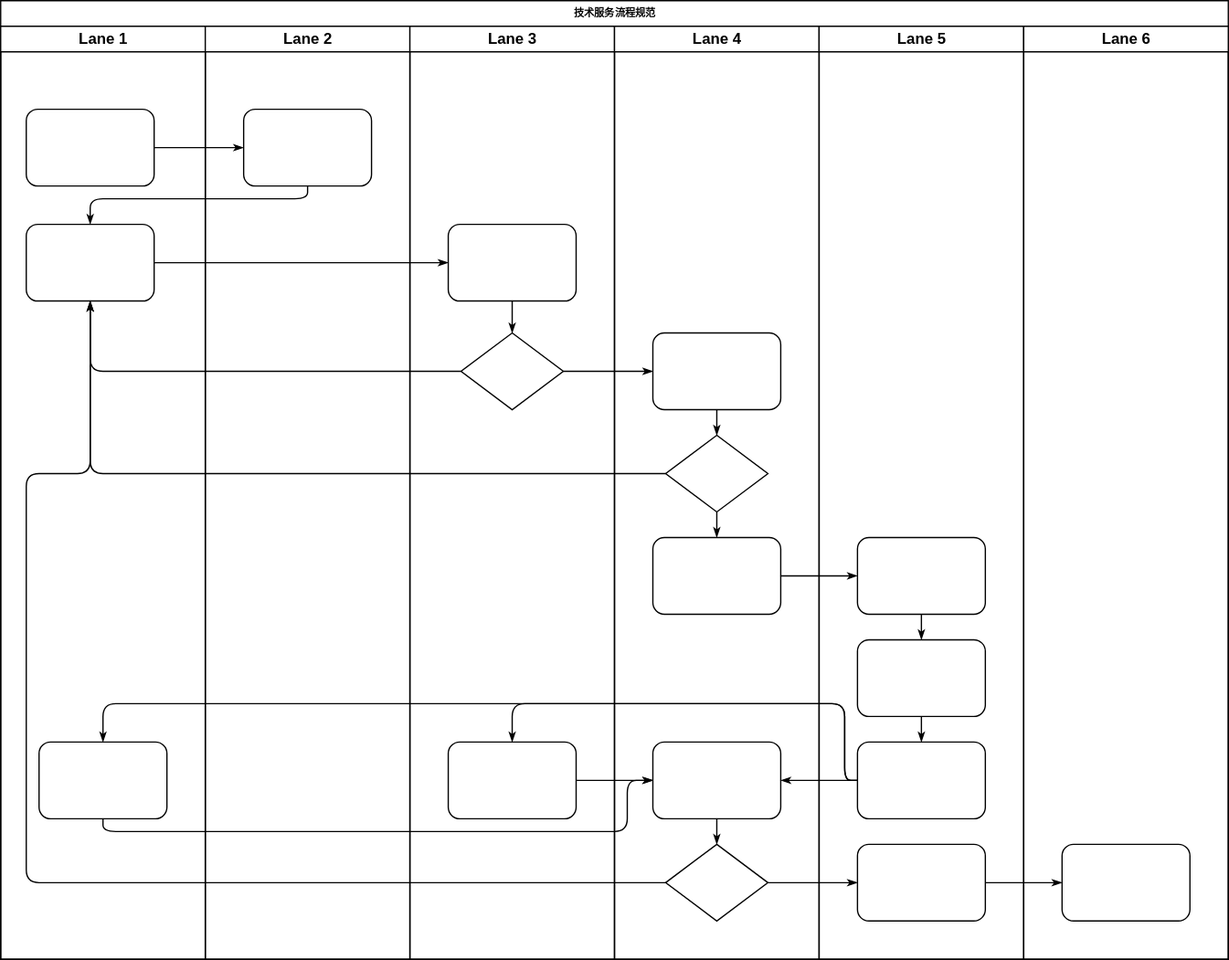
lawesen/lcgfzd keeps this draw.io diagram as 流程规范及制度.drawio.svg. Above is the earlier version. Source tidied: cells renumbered, new cells last; positions are measured from the earlier drawing's top-left corner, leaving out a move shared by most shapes.
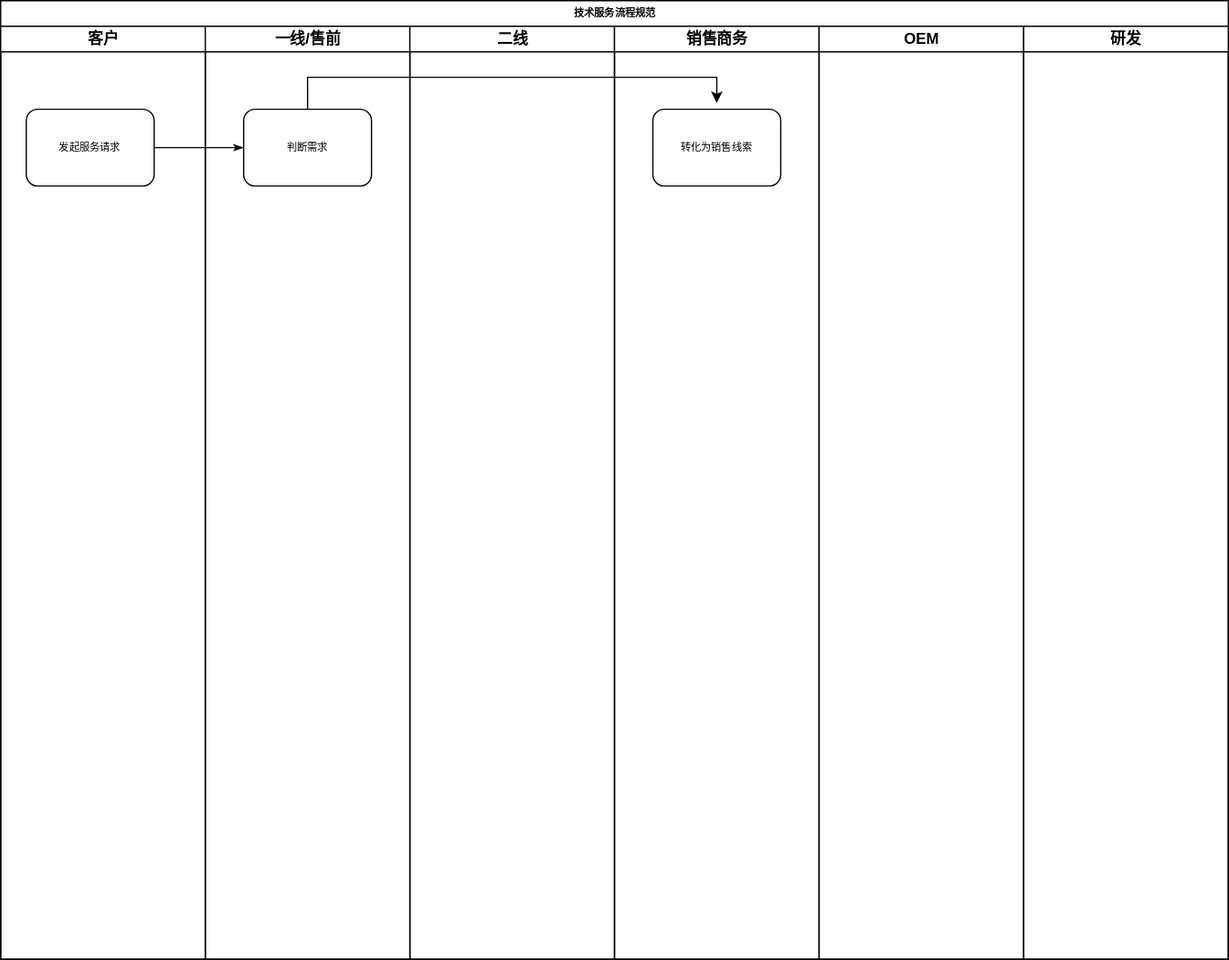
After the commit.

Commit message:
更新流程规范及制度.drawio.svg

What changed in the source:
```diff
@@ -5,166 +5,44 @@
     <mxCell id="2" value="技术服务流程规范" style="swimlane;html=1;startSize=20;rounded=0;shadow=0;labelBackgroundColor=none;strokeWidth=1;fontFamily=Verdana;fontSize=8;align=center;" parent="1" vertex="1">
       <mxGeometry width="960" height="750" as="geometry" />
     </mxCell>
-    <mxCell id="3" value="Lane 1" style="swimlane;html=1;startSize=20;" parent="2" vertex="1">
+    <mxCell id="3" value="客户" style="swimlane;html=1;startSize=20;" parent="2" vertex="1">
       <mxGeometry y="20" width="160" height="730" as="geometry" />
     </mxCell>
-    <mxCell id="4" style="rounded=1;whiteSpace=wrap;html=1;shadow=0;labelBackgroundColor=none;strokeWidth=1;fontFamily=Verdana;fontSize=8;align=center;" parent="3" vertex="1">
+    <mxCell id="4" value="发起服务请求" style="rounded=1;whiteSpace=wrap;html=1;shadow=0;labelBackgroundColor=none;strokeWidth=1;fontFamily=Verdana;fontSize=8;align=center;" parent="3" vertex="1">
       <mxGeometry x="20" y="65" width="100" height="60" as="geometry" />
     </mxCell>
-    <mxCell id="5" style="rounded=1;whiteSpace=wrap;html=1;shadow=0;labelBackgroundColor=none;strokeWidth=1;fontFamily=Verdana;fontSize=8;align=center;" parent="3" vertex="1">
-      <mxGeometry x="20" y="155" width="100" height="60" as="geometry" />
-    </mxCell>
-    <mxCell id="6" style="rounded=1;whiteSpace=wrap;html=1;shadow=0;labelBackgroundColor=none;strokeWidth=1;fontFamily=Verdana;fontSize=8;align=center;" parent="3" vertex="1">
-      <mxGeometry x="30" y="560" width="100" height="60" as="geometry" />
-    </mxCell>
     <mxCell id="7" style="edgeStyle=orthogonalEdgeStyle;rounded=1;html=1;labelBackgroundColor=none;startArrow=none;startFill=0;startSize=5;endArrow=classicThin;endFill=1;endSize=5;jettySize=auto;strokeWidth=1;fontFamily=Verdana;fontSize=8;" parent="2" edge="1" source="4" target="23">
       <mxGeometry relative="1" as="geometry" />
     </mxCell>
-    <mxCell id="8" style="edgeStyle=orthogonalEdgeStyle;rounded=1;html=1;labelBackgroundColor=none;startArrow=none;startFill=0;startSize=5;endArrow=classicThin;endFill=1;endSize=5;jettySize=auto;strokeWidth=1;fontFamily=Verdana;fontSize=8;" parent="2" edge="1" source="23" target="5">
-      <mxGeometry relative="1" as="geometry">
-        <Array as="points">
-          <mxPoint x="240" y="155" />
-          <mxPoint x="70" y="155" />
-        </Array>
-      </mxGeometry>
-    </mxCell>
-    <mxCell id="9" style="edgeStyle=orthogonalEdgeStyle;rounded=1;html=1;labelBackgroundColor=none;startArrow=none;startFill=0;startSize=5;endArrow=classicThin;endFill=1;endSize=5;jettySize=auto;strokeWidth=1;fontFamily=Verdana;fontSize=8;" parent="2" edge="1" source="5" target="25">
-      <mxGeometry relative="1" as="geometry" />
-    </mxCell>
-    <mxCell id="10" style="edgeStyle=orthogonalEdgeStyle;rounded=1;html=1;labelBackgroundColor=none;startArrow=none;startFill=0;startSize=5;endArrow=classicThin;endFill=1;endSize=5;jettySize=auto;strokeWidth=1;fontFamily=Verdana;fontSize=8;" parent="2" edge="1" source="26" target="5">
-      <mxGeometry relative="1" as="geometry" />
-    </mxCell>
-    <mxCell id="11" style="edgeStyle=orthogonalEdgeStyle;rounded=1;html=1;labelBackgroundColor=none;startArrow=none;startFill=0;startSize=5;endArrow=classicThin;endFill=1;endSize=5;jettySize=auto;strokeWidth=1;fontFamily=Verdana;fontSize=8;" parent="2" edge="1" source="31" target="5">
-      <mxGeometry relative="1" as="geometry" />
-    </mxCell>
-    <mxCell id="12" style="edgeStyle=orthogonalEdgeStyle;rounded=1;html=1;labelBackgroundColor=none;startArrow=none;startFill=0;startSize=5;endArrow=classicThin;endFill=1;endSize=5;jettySize=auto;strokeWidth=1;fontFamily=Verdana;fontSize=8;" parent="2" edge="1" source="34" target="5">
-      <mxGeometry relative="1" as="geometry">
-        <Array as="points">
-          <mxPoint x="20" y="690" />
-          <mxPoint x="20" y="370" />
-          <mxPoint x="70" y="370" />
-        </Array>
-      </mxGeometry>
-    </mxCell>
-    <mxCell id="13" style="edgeStyle=orthogonalEdgeStyle;rounded=1;html=1;labelBackgroundColor=none;startArrow=none;startFill=0;startSize=5;endArrow=classicThin;endFill=1;endSize=5;jettySize=auto;strokeWidth=1;fontFamily=Verdana;fontSize=8;" parent="2" edge="1" source="26" target="30">
-      <mxGeometry relative="1" as="geometry" />
-    </mxCell>
-    <mxCell id="14" style="edgeStyle=orthogonalEdgeStyle;rounded=1;html=1;labelBackgroundColor=none;startArrow=none;startFill=0;startSize=5;endArrow=classicThin;endFill=1;endSize=5;jettySize=auto;strokeWidth=1;fontFamily=Verdana;fontSize=8;" parent="2" edge="1" source="34" target="42">
-      <mxGeometry relative="1" as="geometry" />
-    </mxCell>
-    <mxCell id="15" style="edgeStyle=orthogonalEdgeStyle;rounded=1;html=1;labelBackgroundColor=none;startArrow=none;startFill=0;startSize=5;endArrow=classicThin;endFill=1;endSize=5;jettySize=auto;strokeWidth=1;fontFamily=Verdana;fontSize=8;" parent="2" edge="1" source="42" target="46">
-      <mxGeometry relative="1" as="geometry" />
-    </mxCell>
-    <mxCell id="16" style="edgeStyle=orthogonalEdgeStyle;rounded=1;html=1;labelBackgroundColor=none;startArrow=none;startFill=0;startSize=5;endArrow=classicThin;endFill=1;endSize=5;jettySize=auto;strokeWidth=1;fontFamily=Verdana;fontSize=8;" parent="2" edge="1" source="32" target="39">
-      <mxGeometry relative="1" as="geometry" />
-    </mxCell>
-    <mxCell id="17" style="edgeStyle=orthogonalEdgeStyle;rounded=1;html=1;labelBackgroundColor=none;startArrow=none;startFill=0;startSize=5;endArrow=classicThin;endFill=1;endSize=5;jettySize=auto;strokeWidth=1;fontFamily=Verdana;fontSize=8;" parent="2" edge="1" source="41" target="27">
-      <mxGeometry relative="1" as="geometry">
-        <Array as="points">
-          <mxPoint x="660" y="610" />
-          <mxPoint x="660" y="550" />
-          <mxPoint x="400" y="550" />
-        </Array>
-      </mxGeometry>
-    </mxCell>
-    <mxCell id="18" style="edgeStyle=orthogonalEdgeStyle;rounded=1;html=1;labelBackgroundColor=none;startArrow=none;startFill=0;startSize=5;endArrow=classicThin;endFill=1;endSize=5;jettySize=auto;strokeColor=#000000;strokeWidth=1;fontFamily=Verdana;fontSize=8;fontColor=#000000;" parent="2" edge="1" source="41" target="33">
-      <mxGeometry relative="1" as="geometry" />
-    </mxCell>
-    <mxCell id="19" style="edgeStyle=orthogonalEdgeStyle;rounded=1;html=1;labelBackgroundColor=none;startArrow=none;startFill=0;startSize=5;endArrow=classicThin;endFill=1;endSize=5;jettySize=auto;strokeWidth=1;fontFamily=Verdana;fontSize=8;" parent="2" edge="1" source="41" target="6">
-      <mxGeometry relative="1" as="geometry">
-        <Array as="points">
-          <mxPoint x="660" y="610" />
-          <mxPoint x="660" y="550" />
-          <mxPoint x="80" y="550" />
-        </Array>
-      </mxGeometry>
-    </mxCell>
-    <mxCell id="20" style="edgeStyle=orthogonalEdgeStyle;rounded=1;html=1;labelBackgroundColor=none;startArrow=none;startFill=0;startSize=5;endArrow=classicThin;endFill=1;endSize=5;jettySize=auto;strokeWidth=1;fontFamily=Verdana;fontSize=8;" parent="2" edge="1" source="6" target="33">
-      <mxGeometry relative="1" as="geometry">
-        <Array as="points">
-          <mxPoint x="80" y="650" />
-          <mxPoint x="490" y="650" />
-          <mxPoint x="490" y="610" />
-        </Array>
-      </mxGeometry>
-    </mxCell>
-    <mxCell id="21" style="edgeStyle=orthogonalEdgeStyle;rounded=1;html=1;labelBackgroundColor=none;startArrow=none;startFill=0;startSize=5;endArrow=classicThin;endFill=1;endSize=5;jettySize=auto;strokeWidth=1;fontFamily=Verdana;fontSize=8;" parent="2" edge="1" source="27" target="33">
-      <mxGeometry relative="1" as="geometry" />
-    </mxCell>
-    <mxCell id="22" value="Lane 2" style="swimlane;html=1;startSize=20;" parent="2" vertex="1">
+    <mxCell id="22" value="一线/售前" style="swimlane;html=1;startSize=20;" parent="2" vertex="1">
       <mxGeometry x="160" y="20" width="160" height="730" as="geometry" />
     </mxCell>
-    <mxCell id="23" style="rounded=1;whiteSpace=wrap;html=1;shadow=0;labelBackgroundColor=none;strokeWidth=1;fontFamily=Verdana;fontSize=8;align=center;" parent="22" vertex="1">
+    <mxCell id="23" value="判断需求" style="rounded=1;whiteSpace=wrap;html=1;shadow=0;labelBackgroundColor=none;strokeWidth=1;fontFamily=Verdana;fontSize=8;align=center;" parent="22" vertex="1">
       <mxGeometry x="30" y="65" width="100" height="60" as="geometry" />
     </mxCell>
-    <mxCell id="24" value="Lane 3" style="swimlane;html=1;startSize=20;" parent="2" vertex="1">
+    <mxCell id="24" value="二线" style="swimlane;html=1;startSize=20;" parent="2" vertex="1">
       <mxGeometry x="320" y="20" width="160" height="730" as="geometry" />
     </mxCell>
-    <mxCell id="25" style="rounded=1;whiteSpace=wrap;html=1;shadow=0;labelBackgroundColor=none;strokeWidth=1;fontFamily=Verdana;fontSize=8;align=center;" parent="24" vertex="1">
-      <mxGeometry x="30" y="155" width="100" height="60" as="geometry" />
-    </mxCell>
-    <mxCell id="26" style="rhombus;whiteSpace=wrap;html=1;rounded=0;shadow=0;labelBackgroundColor=none;strokeWidth=1;fontFamily=Verdana;fontSize=8;align=center;" parent="24" vertex="1">
-      <mxGeometry x="40" y="240" width="80" height="60" as="geometry" />
-    </mxCell>
-    <mxCell id="27" style="rounded=1;whiteSpace=wrap;html=1;shadow=0;labelBackgroundColor=none;strokeWidth=1;fontFamily=Verdana;fontSize=8;align=center;" parent="24" vertex="1">
-      <mxGeometry x="30" y="560" width="100" height="60" as="geometry" />
-    </mxCell>
-    <mxCell id="28" style="edgeStyle=orthogonalEdgeStyle;rounded=1;html=1;labelBackgroundColor=none;startArrow=none;startFill=0;startSize=5;endArrow=classicThin;endFill=1;endSize=5;jettySize=auto;strokeWidth=1;fontFamily=Verdana;fontSize=8;" parent="24" edge="1" source="25" target="26">
-      <mxGeometry relative="1" as="geometry" />
-    </mxCell>
-    <mxCell id="29" value="Lane 4" style="swimlane;html=1;startSize=20;" parent="2" vertex="1">
+    <mxCell id="29" value="销售商务" style="swimlane;html=1;startSize=20;" parent="2" vertex="1">
       <mxGeometry x="480" y="20" width="160" height="730" as="geometry" />
     </mxCell>
-    <mxCell id="30" style="rounded=1;whiteSpace=wrap;html=1;shadow=0;labelBackgroundColor=none;strokeWidth=1;fontFamily=Verdana;fontSize=8;align=center;" parent="29" vertex="1">
-      <mxGeometry x="30" y="240" width="100" height="60" as="geometry" />
-    </mxCell>
-    <mxCell id="31" style="rhombus;whiteSpace=wrap;html=1;rounded=0;shadow=0;labelBackgroundColor=none;strokeWidth=1;fontFamily=Verdana;fontSize=8;align=center;" parent="29" vertex="1">
-      <mxGeometry x="40" y="320" width="80" height="60" as="geometry" />
-    </mxCell>
-    <mxCell id="32" style="rounded=1;whiteSpace=wrap;html=1;shadow=0;labelBackgroundColor=none;strokeWidth=1;fontFamily=Verdana;fontSize=8;align=center;" parent="29" vertex="1">
-      <mxGeometry x="30" y="400" width="100" height="60" as="geometry" />
-    </mxCell>
-    <mxCell id="33" style="rounded=1;whiteSpace=wrap;html=1;shadow=0;labelBackgroundColor=none;strokeWidth=1;fontFamily=Verdana;fontSize=8;align=center;" parent="29" vertex="1">
-      <mxGeometry x="30" y="560" width="100" height="60" as="geometry" />
-    </mxCell>
-    <mxCell id="34" style="rhombus;whiteSpace=wrap;html=1;rounded=0;shadow=0;labelBackgroundColor=none;strokeWidth=1;fontFamily=Verdana;fontSize=8;align=center;" parent="29" vertex="1">
-      <mxGeometry x="40" y="640" width="80" height="60" as="geometry" />
-    </mxCell>
-    <mxCell id="35" style="edgeStyle=orthogonalEdgeStyle;rounded=1;html=1;labelBackgroundColor=none;startArrow=none;startFill=0;startSize=5;endArrow=classicThin;endFill=1;endSize=5;jettySize=auto;strokeColor=#000000;strokeWidth=1;fontFamily=Verdana;fontSize=8;fontColor=#000000;" parent="29" edge="1" source="30" target="31">
-      <mxGeometry relative="1" as="geometry" />
-    </mxCell>
-    <mxCell id="36" style="edgeStyle=orthogonalEdgeStyle;rounded=1;html=1;labelBackgroundColor=none;startArrow=none;startFill=0;startSize=5;endArrow=classicThin;endFill=1;endSize=5;jettySize=auto;strokeWidth=1;fontFamily=Verdana;fontSize=8;" parent="29" edge="1" source="31" target="32">
-      <mxGeometry relative="1" as="geometry" />
-    </mxCell>
-    <mxCell id="37" style="edgeStyle=orthogonalEdgeStyle;rounded=1;html=1;labelBackgroundColor=none;startArrow=none;startFill=0;startSize=5;endArrow=classicThin;endFill=1;endSize=5;jettySize=auto;strokeWidth=1;fontFamily=Verdana;fontSize=8;" parent="29" edge="1" source="33" target="34">
-      <mxGeometry relative="1" as="geometry" />
-    </mxCell>
+    <mxCell id="47" value="转化为销售线索" style="rounded=1;whiteSpace=wrap;html=1;shadow=0;labelBackgroundColor=none;strokeWidth=1;fontFamily=Verdana;fontSize=8;align=center;" parent="29" vertex="1">
+      <mxGeometry x="30" y="65" width="100" height="60" as="geometry" />
+    </mxCell>
-    <mxCell id="38" value="Lane 5" style="swimlane;html=1;startSize=20;" parent="2" vertex="1">
+    <mxCell id="38" value="OEM" style="swimlane;html=1;startSize=20;" parent="2" vertex="1">
       <mxGeometry x="640" y="20" width="160" height="730" as="geometry" />
     </mxCell>
-    <mxCell id="39" style="rounded=1;whiteSpace=wrap;html=1;shadow=0;labelBackgroundColor=none;strokeWidth=1;fontFamily=Verdana;fontSize=8;align=center;" parent="38" vertex="1">
-      <mxGeometry x="30" y="400" width="100" height="60" as="geometry" />
-    </mxCell>
-    <mxCell id="40" style="rounded=1;whiteSpace=wrap;html=1;shadow=0;labelBackgroundColor=none;strokeWidth=1;fontFamily=Verdana;fontSize=8;align=center;" parent="38" vertex="1">
-      <mxGeometry x="30" y="480" width="100" height="60" as="geometry" />
-    </mxCell>
-    <mxCell id="41" style="rounded=1;whiteSpace=wrap;html=1;shadow=0;labelBackgroundColor=none;strokeWidth=1;fontFamily=Verdana;fontSize=8;align=center;" parent="38" vertex="1">
-      <mxGeometry x="30" y="560" width="100" height="60" as="geometry" />
-    </mxCell>
-    <mxCell id="42" style="rounded=1;whiteSpace=wrap;html=1;shadow=0;labelBackgroundColor=none;strokeWidth=1;fontFamily=Verdana;fontSize=8;align=center;" parent="38" vertex="1">
-      <mxGeometry x="30" y="640" width="100" height="60" as="geometry" />
-    </mxCell>
-    <mxCell id="43" style="edgeStyle=orthogonalEdgeStyle;rounded=1;html=1;labelBackgroundColor=none;startArrow=none;startFill=0;startSize=5;endArrow=classicThin;endFill=1;endSize=5;jettySize=auto;strokeWidth=1;fontFamily=Verdana;fontSize=8;" parent="38" edge="1" source="39" target="40">
-      <mxGeometry relative="1" as="geometry" />
-    </mxCell>
-    <mxCell id="44" style="edgeStyle=orthogonalEdgeStyle;rounded=1;html=1;labelBackgroundColor=none;startArrow=none;startFill=0;startSize=5;endArrow=classicThin;endFill=1;endSize=5;jettySize=auto;strokeWidth=1;fontFamily=Verdana;fontSize=8;" parent="38" edge="1" source="40" target="41">
-      <mxGeometry relative="1" as="geometry" />
-    </mxCell>
-    <mxCell id="45" value="Lane 6" style="swimlane;html=1;startSize=20;" parent="2" vertex="1">
+    <mxCell id="45" value="研发" style="swimlane;html=1;startSize=20;" parent="2" vertex="1">
       <mxGeometry x="800" y="20" width="160" height="730" as="geometry" />
     </mxCell>
-    <mxCell id="46" style="rounded=1;whiteSpace=wrap;html=1;shadow=0;labelBackgroundColor=none;strokeWidth=1;fontFamily=Verdana;fontSize=8;align=center;" parent="45" vertex="1">
-      <mxGeometry x="30" y="640" width="100" height="60" as="geometry" />
-    </mxCell>
+    <mxCell id="48" style="edgeStyle=orthogonalEdgeStyle;rounded=0;jettySize=auto;html=1;exitX=0.5;exitY=0;exitDx=0;exitDy=0;" parent="2" edge="1" source="23">
+      <mxGeometry relative="1" as="geometry">
+        <mxPoint x="560" y="80" as="targetPoint" />
+        <Array as="points">
+          <mxPoint x="240" y="60" />
+          <mxPoint x="560" y="60" />
+        </Array>
+      </mxGeometry>
+    </mxCell>
   </root>
 </mxGraphModel>
```
